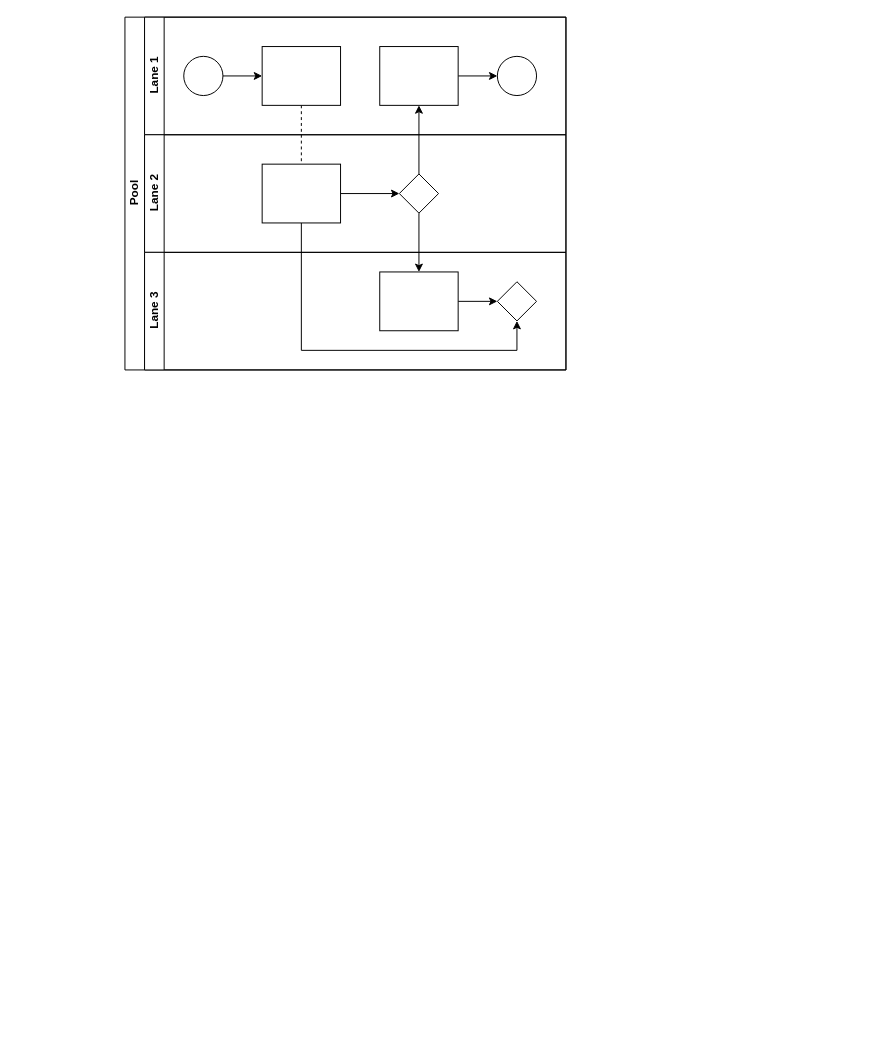
This is perclos.drawio from VicManX/diagramas, a draw.io file, before an edit. Source tidied: cells renumbered, new cells numbered last; positions are measured from the earlier drawing's top-left corner, leaving out a move shared by most shapes. Both pictures are drawn from the tidied source at 98%, with x=0, y=0 at pixel (124, 17).
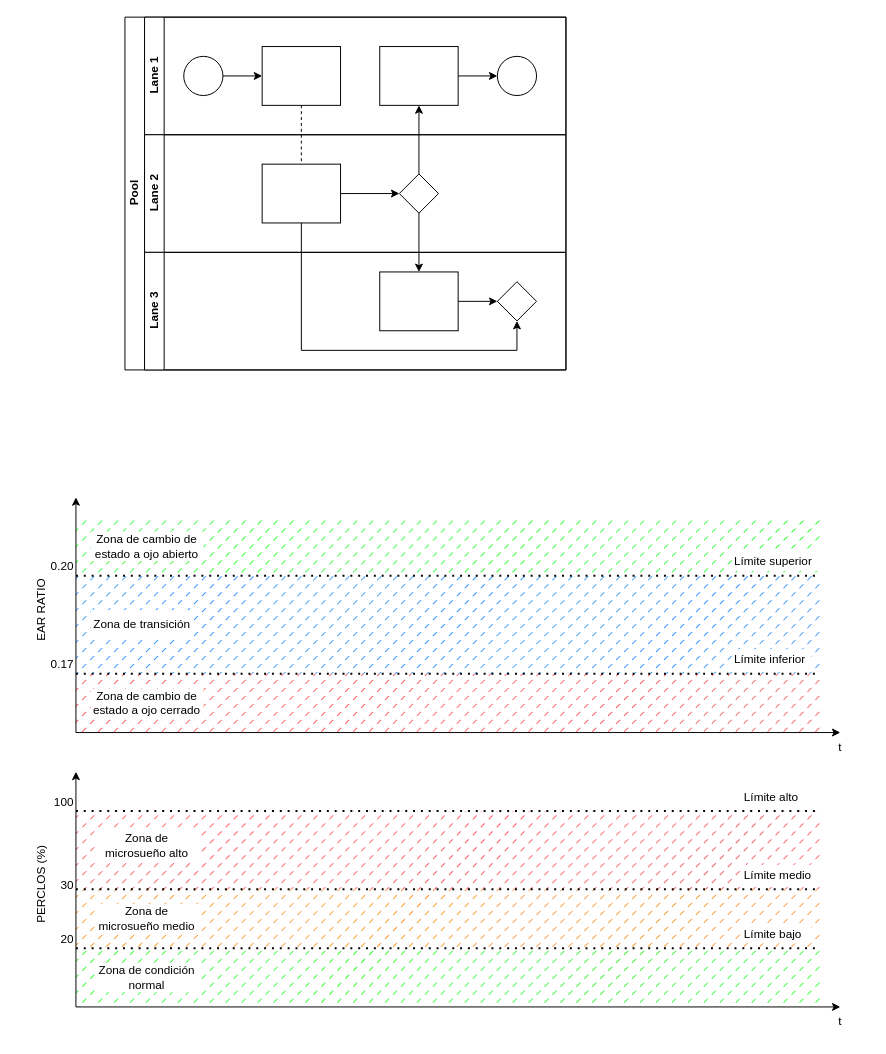
Above is the later version.

Change to the diagram source:
```diff
@@
+    <mxCell id="22" style="rounded=0;whiteSpace=wrap;html=1;strokeColor=none;fillStyle=dashed;fillColor=#FF3333;" parent="1" vertex="1">
+      <mxGeometry x="-50" y="810" width="760" height="80" as="geometry" />
+    </mxCell>
+    <mxCell id="23" style="rounded=0;whiteSpace=wrap;html=1;strokeColor=none;fillStyle=dashed;fillColor=#FF8000;" parent="1" vertex="1">
+      <mxGeometry x="-50" y="890" width="760" height="60" as="geometry" />
+    </mxCell>
+    <mxCell id="24" style="rounded=0;whiteSpace=wrap;html=1;strokeColor=none;fillStyle=dashed;fillColor=#00FF00;" parent="1" vertex="1">
+      <mxGeometry x="-50" y="950" width="760" height="60" as="geometry" />
+    </mxCell>
+    <mxCell id="25" style="rounded=0;whiteSpace=wrap;html=1;strokeColor=none;fillStyle=dashed;fillColor=#FF3333;" parent="1" vertex="1">
+      <mxGeometry x="-50" y="670" width="760" height="60" as="geometry" />
+    </mxCell>
+    <mxCell id="26" style="rounded=0;whiteSpace=wrap;html=1;strokeColor=none;fillStyle=dashed;fillColor=#00FF00;" parent="1" vertex="1">
+      <mxGeometry x="-50" y="510" width="760" height="60" as="geometry" />
+    </mxCell>
+    <mxCell id="27" style="rounded=0;whiteSpace=wrap;html=1;strokeColor=none;fillStyle=dashed;fillColor=#007FFF;" parent="1" vertex="1">
+      <mxGeometry x="-50" y="570" width="760" height="100" as="geometry" />
+    </mxCell>
@@
+    <mxCell id="28" style="endArrow=classic;html=1;rounded=0;" parent="1" edge="1">
+      <mxGeometry relative="1" as="geometry">
+        <mxPoint x="-50" y="730" as="sourcePoint" />
+        <mxPoint x="-50" y="490" as="targetPoint" />
+      </mxGeometry>
+    </mxCell>
+    <mxCell id="29" style="endArrow=classic;html=1;rounded=0;" parent="1" edge="1">
+      <mxGeometry relative="1" as="geometry">
+        <mxPoint x="-50" y="730" as="sourcePoint" />
+        <mxPoint x="730" y="730" as="targetPoint" />
+      </mxGeometry>
+    </mxCell>
+    <mxCell id="30" style="endArrow=classic;html=1;rounded=0;" parent="1" edge="1">
+      <mxGeometry relative="1" as="geometry">
+        <mxPoint x="-50" y="1010" as="sourcePoint" />
+        <mxPoint x="-50" y="770" as="targetPoint" />
+      </mxGeometry>
+    </mxCell>
+    <mxCell id="31" style="endArrow=classic;html=1;rounded=0;" parent="1" edge="1">
+      <mxGeometry relative="1" as="geometry">
+        <mxPoint x="-50" y="1010" as="sourcePoint" />
+        <mxPoint x="730" y="1010" as="targetPoint" />
+      </mxGeometry>
+    </mxCell>
+    <mxCell id="32" style="endArrow=none;dashed=1;html=1;dashPattern=1 3;strokeWidth=2;rounded=0;" parent="1" edge="1">
+      <mxGeometry relative="1" as="geometry">
+        <mxPoint x="-50" y="810" as="sourcePoint" />
+        <mxPoint x="710" y="810" as="targetPoint" />
+      </mxGeometry>
+    </mxCell>
+    <mxCell id="33" style="endArrow=none;dashed=1;html=1;dashPattern=1 3;strokeWidth=2;rounded=0;" parent="1" edge="1">
+      <mxGeometry relative="1" as="geometry">
+        <mxPoint x="-50" y="890" as="sourcePoint" />
+        <mxPoint x="710" y="890" as="targetPoint" />
+      </mxGeometry>
+    </mxCell>
+    <mxCell id="34" style="endArrow=none;dashed=1;html=1;dashPattern=1 3;strokeWidth=2;rounded=0;" parent="1" edge="1">
+      <mxGeometry relative="1" as="geometry">
+        <mxPoint x="-50" y="950" as="sourcePoint" />
+        <mxPoint x="710" y="950" as="targetPoint" />
+      </mxGeometry>
+    </mxCell>
+    <mxCell id="35" value="PERCLOS (%)" style="text;html=1;align=center;verticalAlign=middle;whiteSpace=wrap;rounded=0;rotation=-90;" parent="1" vertex="1">
+      <mxGeometry x="-130" y="875" width="90" height="20" as="geometry" />
+    </mxCell>
+    <mxCell id="36" value="100" style="text;html=1;align=right;verticalAlign=bottom;whiteSpace=wrap;rounded=0;" parent="1" vertex="1">
+      <mxGeometry x="-110" y="780" width="60" height="30" as="geometry" />
+    </mxCell>
+    <mxCell id="37" value="30" style="text;html=1;align=right;verticalAlign=bottom;whiteSpace=wrap;rounded=0;" parent="1" vertex="1">
+      <mxGeometry x="-110" y="865" width="60" height="30" as="geometry" />
+    </mxCell>
+    <mxCell id="38" value="20" style="text;html=1;align=right;verticalAlign=bottom;whiteSpace=wrap;rounded=0;" parent="1" vertex="1">
+      <mxGeometry x="-110" y="920" width="60" height="30" as="geometry" />
+    </mxCell>
+    <mxCell id="39" value="Límite bajo" style="text;html=1;align=left;verticalAlign=bottom;whiteSpace=wrap;rounded=0;fillColor=default;" parent="1" vertex="1">
+      <mxGeometry x="630" y="925" width="70" height="20" as="geometry" />
+    </mxCell>
+    <mxCell id="40" value="Límite medio" style="text;html=1;align=left;verticalAlign=bottom;whiteSpace=wrap;rounded=0;fillColor=default;" parent="1" vertex="1">
+      <mxGeometry x="630" y="865" width="80" height="20" as="geometry" />
+    </mxCell>
+    <mxCell id="41" value="EAR RATIO" style="text;html=1;align=center;verticalAlign=middle;whiteSpace=wrap;rounded=0;rotation=-90;" parent="1" vertex="1">
+      <mxGeometry x="-130" y="595" width="90" height="20" as="geometry" />
+    </mxCell>
+    <mxCell id="42" value="t" style="text;html=1;align=center;verticalAlign=middle;whiteSpace=wrap;rounded=0;" parent="1" vertex="1">
+      <mxGeometry x="700" y="730" width="60" height="30" as="geometry" />
+    </mxCell>
+    <mxCell id="43" value="t" style="text;html=1;align=center;verticalAlign=middle;whiteSpace=wrap;rounded=0;" parent="1" vertex="1">
+      <mxGeometry x="700" y="1010" width="60" height="30" as="geometry" />
+    </mxCell>
+    <mxCell id="44" style="endArrow=none;dashed=1;html=1;dashPattern=1 3;strokeWidth=2;rounded=0;" parent="1" edge="1">
+      <mxGeometry relative="1" as="geometry">
+        <mxPoint x="-50" y="570" as="sourcePoint" />
+        <mxPoint x="710" y="570" as="targetPoint" />
+      </mxGeometry>
+    </mxCell>
+    <mxCell id="45" style="endArrow=none;dashed=1;html=1;dashPattern=1 3;strokeWidth=2;rounded=0;" parent="1" edge="1">
+      <mxGeometry relative="1" as="geometry">
+        <mxPoint x="-50" y="670" as="sourcePoint" />
+        <mxPoint x="710" y="670" as="targetPoint" />
+      </mxGeometry>
+    </mxCell>
+    <mxCell id="46" value="0.20" style="text;html=1;align=right;verticalAlign=bottom;whiteSpace=wrap;rounded=0;" parent="1" vertex="1">
+      <mxGeometry x="-110" y="540" width="60" height="30" as="geometry" />
+    </mxCell>
+    <mxCell id="47" value="0.17" style="text;html=1;align=right;verticalAlign=bottom;whiteSpace=wrap;rounded=0;" parent="1" vertex="1">
+      <mxGeometry x="-110" y="640" width="60" height="30" as="geometry" />
+    </mxCell>
+    <mxCell id="48" value="Límite inferior" style="text;html=1;align=left;verticalAlign=bottom;whiteSpace=wrap;rounded=0;fillColor=default;" parent="1" vertex="1">
+      <mxGeometry x="620" y="645" width="80" height="20" as="geometry" />
+    </mxCell>
+    <mxCell id="49" value="Límite superior" style="text;html=1;align=left;verticalAlign=bottom;whiteSpace=wrap;rounded=0;fillColor=default;" parent="1" vertex="1">
+      <mxGeometry x="620" y="545" width="90" height="20" as="geometry" />
+    </mxCell>
+    <mxCell id="50" value="Límite alto" style="text;html=1;align=left;verticalAlign=bottom;whiteSpace=wrap;rounded=0;fillColor=default;" parent="1" vertex="1">
+      <mxGeometry x="630" y="785" width="80" height="20" as="geometry" />
+    </mxCell>
+    <mxCell id="51" value="Zona de transición" style="text;html=1;align=center;verticalAlign=middle;whiteSpace=wrap;rounded=0;fillColor=default;" parent="1" vertex="1">
+      <mxGeometry x="-35" y="605" width="105" height="30" as="geometry" />
+    </mxCell>
+    <mxCell id="52" value="Zona de cambio de estado a ojo cerrado" style="text;html=1;align=center;verticalAlign=middle;whiteSpace=wrap;rounded=0;fillColor=default;" parent="1" vertex="1">
+      <mxGeometry x="-35" y="685" width="115" height="30" as="geometry" />
+    </mxCell>
+    <mxCell id="53" value="Zona de cambio de estado a ojo abierto" style="text;html=1;align=center;verticalAlign=middle;whiteSpace=wrap;rounded=0;fillColor=default;" parent="1" vertex="1">
+      <mxGeometry x="-35" y="525" width="115" height="30" as="geometry" />
+    </mxCell>
+    <mxCell id="54" value="Zona de condición normal" style="text;html=1;align=center;verticalAlign=middle;whiteSpace=wrap;rounded=0;fillColor=default;" parent="1" vertex="1">
+      <mxGeometry x="-30" y="965" width="105" height="30" as="geometry" />
+    </mxCell>
+    <mxCell id="55" value="Zona de microsueño medio" style="text;html=1;align=center;verticalAlign=middle;whiteSpace=wrap;rounded=0;fillColor=default;" parent="1" vertex="1">
+      <mxGeometry x="-30" y="905" width="105" height="30" as="geometry" />
+    </mxCell>
+    <mxCell id="56" value="Zona de microsueño alto" style="text;html=1;align=center;verticalAlign=middle;whiteSpace=wrap;rounded=0;fillColor=default;" parent="1" vertex="1">
+      <mxGeometry x="-30" y="830" width="105" height="30" as="geometry" />
+    </mxCell>
```
